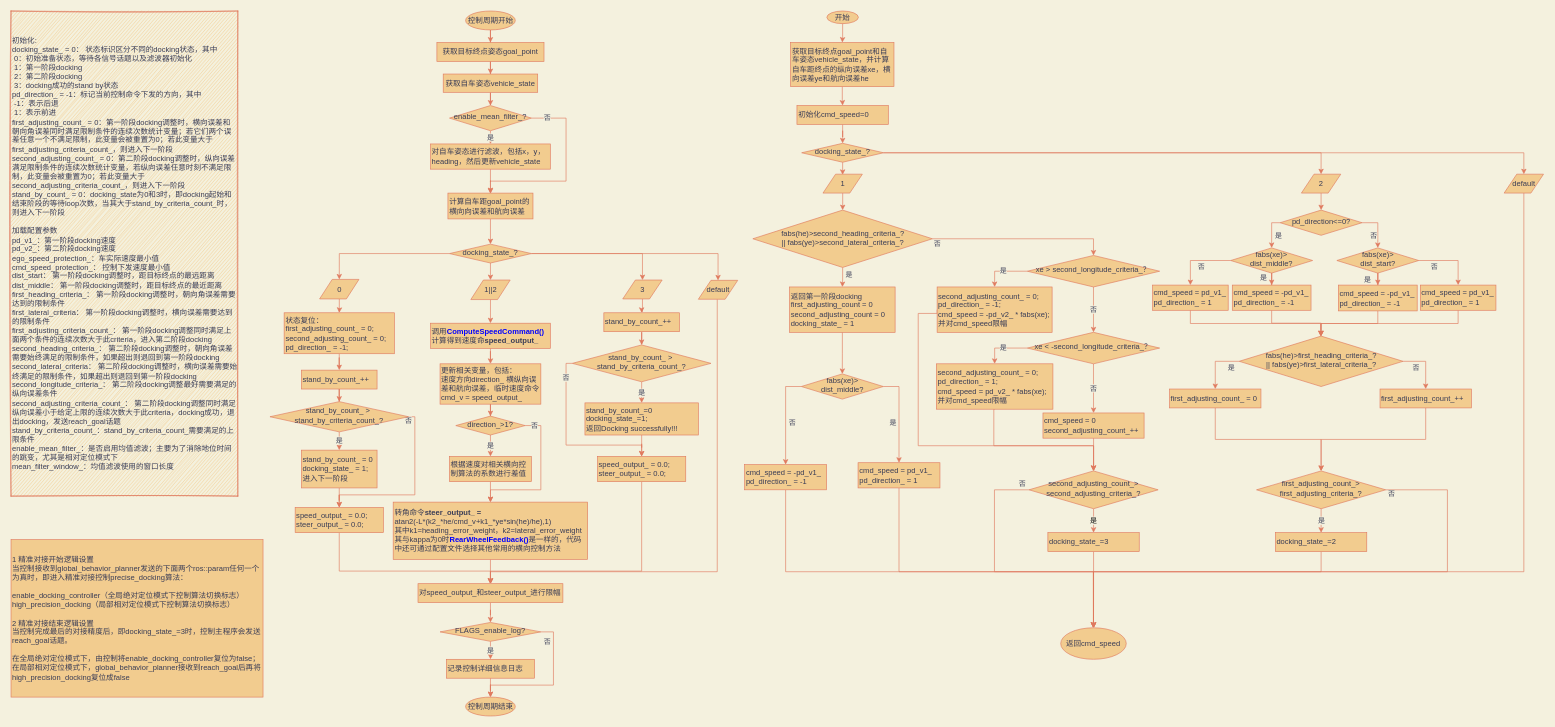
The draw.io diagram page "flowchart v1" (2 of 3) of precise_docking.drawio in Thousandsuny/Learning, before the edit. Source tidied: cells renumbered, new cells numbered last; positions are measured from the earlier drawing's top-left corner, leaving out a move shared by most shapes. Both pictures are drawn from the tidied source at 63%, with x=0, y=0 at pixel (11, 11).
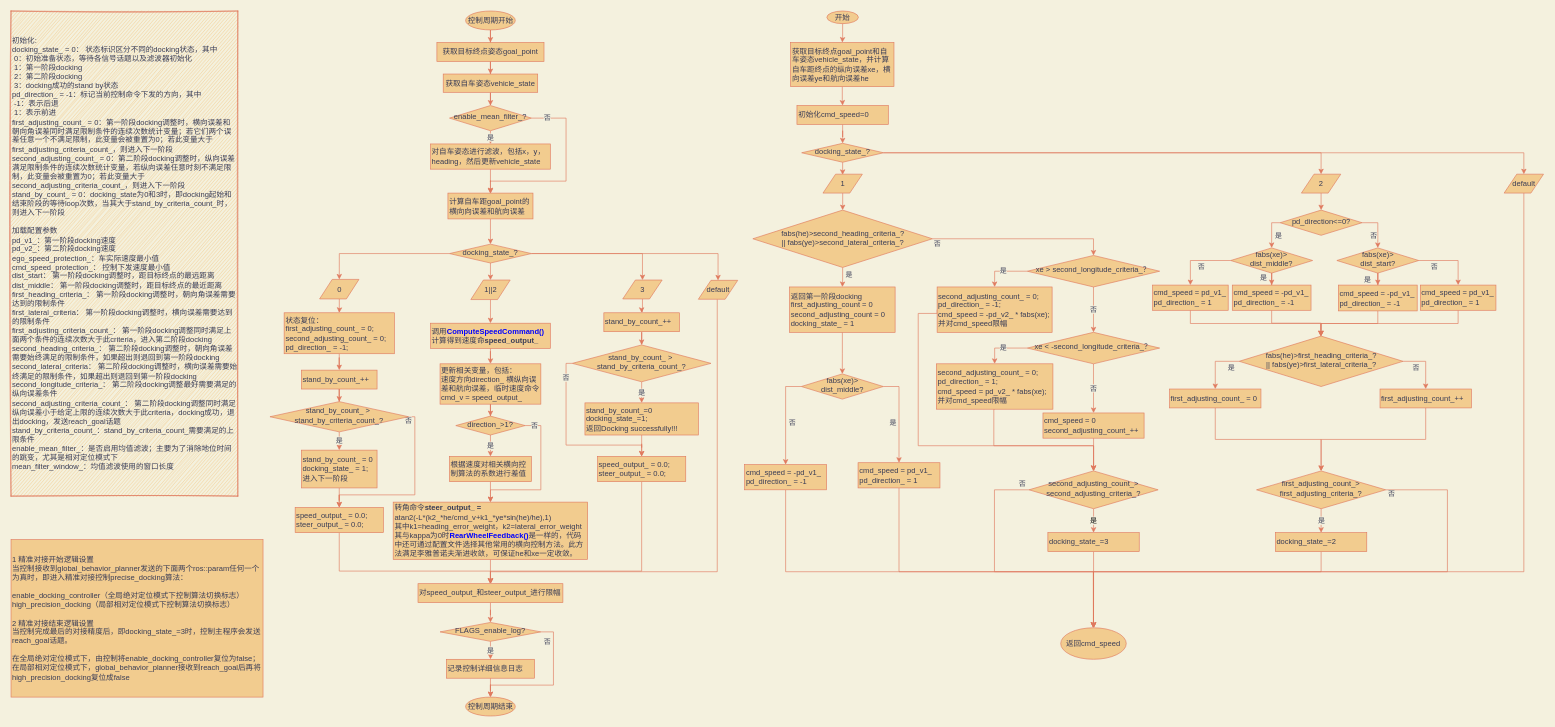
The same page after the edit.

Change to the diagram source:
```diff
@@
-    <mxCell id="56" value="转角命令&lt;b&gt;steer_output_ =&amp;nbsp;&lt;br&gt;&lt;/b&gt;atan2(-L*(k2_*he/cmd_v+k1_*ye*sin(he)/he),1)&lt;br&gt;其中k1=heading_error_weight，k2=lateral_error_weight&lt;br&gt;&lt;font style=&quot;&quot;&gt;其与kappa为0时&lt;span style=&quot;color: rgb(0, 0, 255); font-weight: 700;&quot;&gt;RearWheelFeedback()&lt;/span&gt;是一样的，代码中还可通过配置文件选择其他常用的横向控制方法&lt;/font&gt;" style="rounded=0;whiteSpace=wrap;html=1;fontSize=12;glass=0;strokeWidth=1;shadow=0;align=left;fillColor=#F2CC8F;strokeColor=#E07A5F;fontColor=#393C56;" parent="1" vertex="1">
+    <mxCell id="56" value="转角命令&lt;b&gt;steer_output_ =&amp;nbsp;&lt;br&gt;&lt;/b&gt;atan2(-L*(k2_*he/cmd_v+k1_*ye*sin(he)/he),1)&lt;br&gt;其中k1=heading_error_weight，k2=lateral_error_weight&lt;br&gt;&lt;font style=&quot;&quot;&gt;其与kappa为0时&lt;span style=&quot;color: rgb(0, 0, 255); font-weight: 700;&quot;&gt;RearWheelFeedback()&lt;/span&gt;是一样的，代码中还可通过配置文件选择其他常用的横向控制方法。此方法满足李雅普诺夫渐进收敛，可保证he和xe一定收敛。&lt;/font&gt;" style="rounded=0;whiteSpace=wrap;html=1;fontSize=12;glass=0;strokeWidth=1;shadow=0;align=left;fillColor=#F2CC8F;strokeColor=#E07A5F;fontColor=#393C56;" parent="1" vertex="1">
       <mxGeometry x="606.6" y="779.5" width="308.7" height="91" as="geometry" />
     </mxCell>
```
